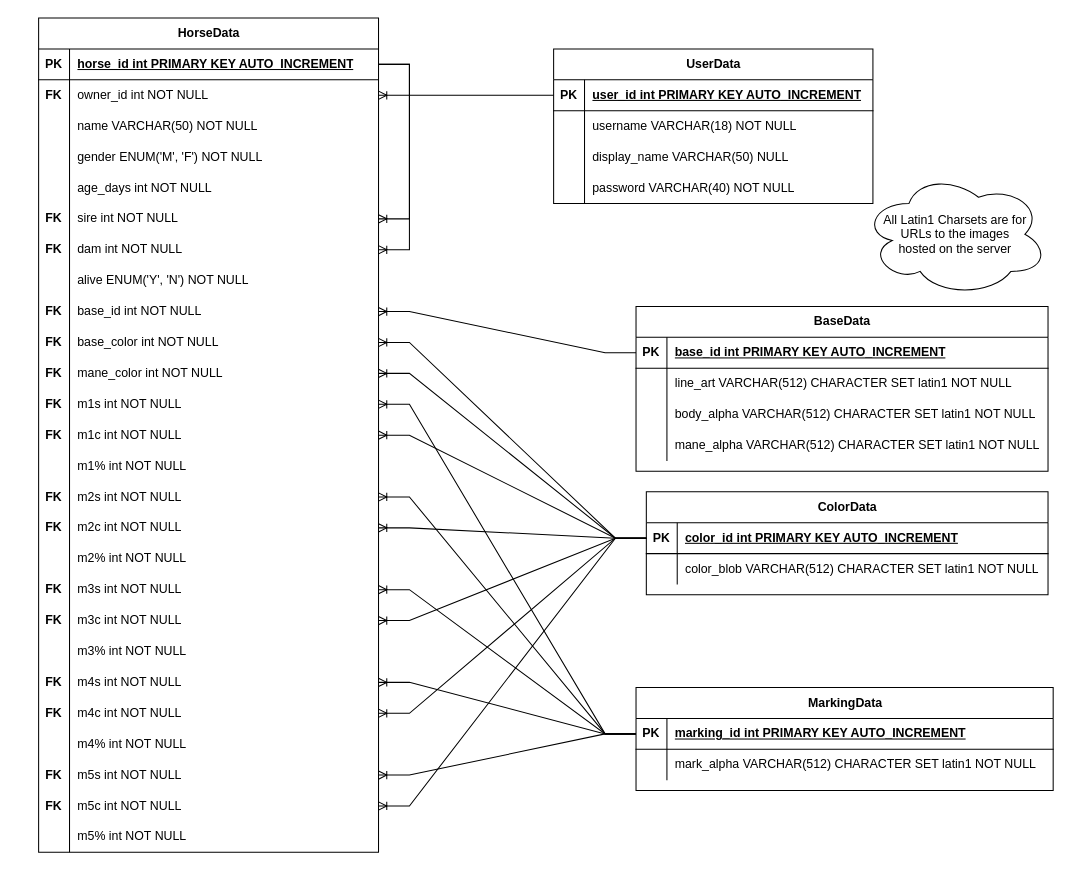
Above: ReasonerBlue-ERD.drawio in BubbliBlu/BubbliBlu (draw.io), before the change. Source tidied: cells renumbered, new cells numbered last; positions are measured from the earlier drawing's top-left corner, leaving out a move shared by most shapes. Both pictures are drawn from the tidied source at 103%, with x=0, y=0 at pixel (38, 18).
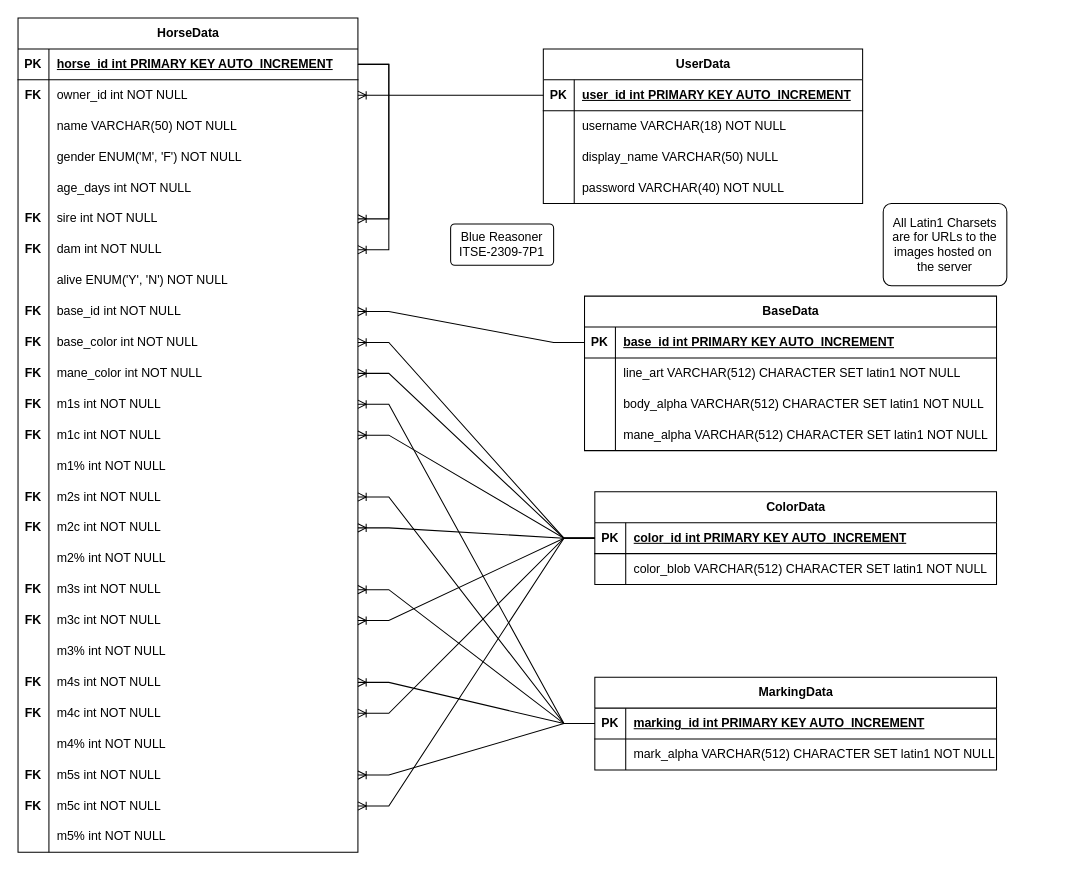
After the change.

Change to the diagram source:
```diff
@@
     <mxCell id="2" value="UserData" style="shape=table;startSize=30;childLayout=tableLayout;rowLines=0;fontStyle=1;align=center;html=1;" parent="1" vertex="1">
-      <mxGeometry x="500" y="30" width="310" height="150" as="geometry" />
+      <mxGeometry x="490" y="30" width="310" height="150" as="geometry" />
     </mxCell>
@@
     <mxCell id="15" value="HorseData" style="shape=table;startSize=30;childLayout=tableLayout;rowLines=0;fontStyle=1;align=center;html=1;" parent="1" vertex="1">
-      <mxGeometry width="330" height="810" as="geometry" />
+      <mxGeometry x="-20" width="330" height="810" as="geometry" />
     </mxCell>
@@
     <mxCell id="96" value="BaseData" style="shape=table;startSize=30;childLayout=tableLayout;rowLines=0;fontStyle=1;align=center;html=1;" parent="1" vertex="1">
-      <mxGeometry x="580" y="280" width="400" height="160" as="geometry" />
+      <mxGeometry x="530" y="270" width="400" height="150" as="geometry" />
     </mxCell>
@@
     <mxCell id="109" value="ColorData" style="shape=table;startSize=30;childLayout=tableLayout;rowLines=0;fontStyle=1;align=center;html=1;" parent="1" vertex="1">
-      <mxGeometry x="590" y="460" width="390" height="100" as="geometry" />
+      <mxGeometry x="540" y="460" width="390" height="90" as="geometry" />
     </mxCell>
@@
     <mxCell id="116" value="MarkingData" style="shape=table;startSize=30;childLayout=tableLayout;rowLines=0;fontStyle=1;align=center;html=1;" parent="1" vertex="1">
-      <mxGeometry x="580" y="650" width="405" height="100" as="geometry" />
+      <mxGeometry x="540" y="640" width="390" height="90" as="geometry" />
     </mxCell>
     <mxCell id="117" style="shape=tableRow;horizontal=0;startSize=0;swimlaneHead=0;swimlaneBody=0;fillColor=none;points=[[0,0.5],[1,0.5]];portConstraint=eastwest;top=0;left=0;right=0;bottom=1;" parent="116" vertex="1">
-      <mxGeometry y="30" width="405" height="30" as="geometry" />
+      <mxGeometry y="30" width="390" height="30" as="geometry" />
     </mxCell>
@@
     <mxCell id="119" value="marking_id int PRIMARY KEY AUTO_INCREMENT" style="shape=partialRectangle;fillColor=none;top=0;left=0;bottom=0;right=0;align=left;spacingLeft=6;fontStyle=5;overflow=hidden;whiteSpace=wrap;html=1;" parent="117" vertex="1">
-      <mxGeometry x="30" width="375" height="30" as="geometry" />
+      <mxGeometry x="30" width="360" height="30" as="geometry" />
     </mxCell>
     <mxCell id="120" style="shape=tableRow;horizontal=0;startSize=0;swimlaneHead=0;swimlaneBody=0;fillColor=none;top=0;left=0;right=0;bottom=0;" parent="116" vertex="1">
-      <mxGeometry y="60" width="405" height="30" as="geometry" />
+      <mxGeometry y="60" width="390" height="30" as="geometry" />
     </mxCell>
@@
     <mxCell id="122" value="mark_alpha&amp;nbsp;VARCHAR(512) CHARACTER SET latin1 NOT NULL" style="shape=partialRectangle;fillColor=none;top=0;left=0;bottom=0;right=0;align=left;spacingLeft=6;overflow=hidden;whiteSpace=wrap;html=1;" parent="120" vertex="1">
-      <mxGeometry x="30" width="375" height="30" as="geometry" />
+      <mxGeometry x="30" width="360" height="30" as="geometry" />
     </mxCell>
-    <mxCell id="123" value="All Latin1 Charsets are for&lt;div&gt;URLs to the images&lt;/div&gt;&lt;div&gt;hosted on the server&lt;/div&gt;" style="ellipse;shape=cloud;whiteSpace=wrap;html=1;align=center;" parent="1" vertex="1">
-      <mxGeometry x="800" y="150" width="180" height="120" as="geometry" />
-    </mxCell>
@@
+    <mxCell id="138" value="Blue Reasoner ITSE-2309-7P1" style="rounded=1;arcSize=10;whiteSpace=wrap;html=1;align=center;" parent="1" vertex="1">
+      <mxGeometry x="400" y="200" width="100" height="40" as="geometry" />
+    </mxCell>
+    <mxCell id="123" value="All Latin1 Charsets are for&amp;nbsp;&lt;span style=&quot;background-color: transparent; color: light-dark(rgb(0, 0, 0), rgb(255, 255, 255));&quot;&gt;URLs to the images&amp;nbsp;&lt;/span&gt;&lt;span style=&quot;background-color: transparent; color: light-dark(rgb(0, 0, 0), rgb(255, 255, 255));&quot;&gt;hosted on&amp;nbsp;&lt;/span&gt;&lt;div&gt;&lt;span style=&quot;background-color: transparent; color: light-dark(rgb(0, 0, 0), rgb(255, 255, 255));&quot;&gt;the server&lt;/span&gt;&lt;/div&gt;" style="rounded=1;arcSize=10;whiteSpace=wrap;html=1;align=center;" parent="1" vertex="1">
+      <mxGeometry x="820" y="180" width="120" height="80" as="geometry" />
+    </mxCell>
```
